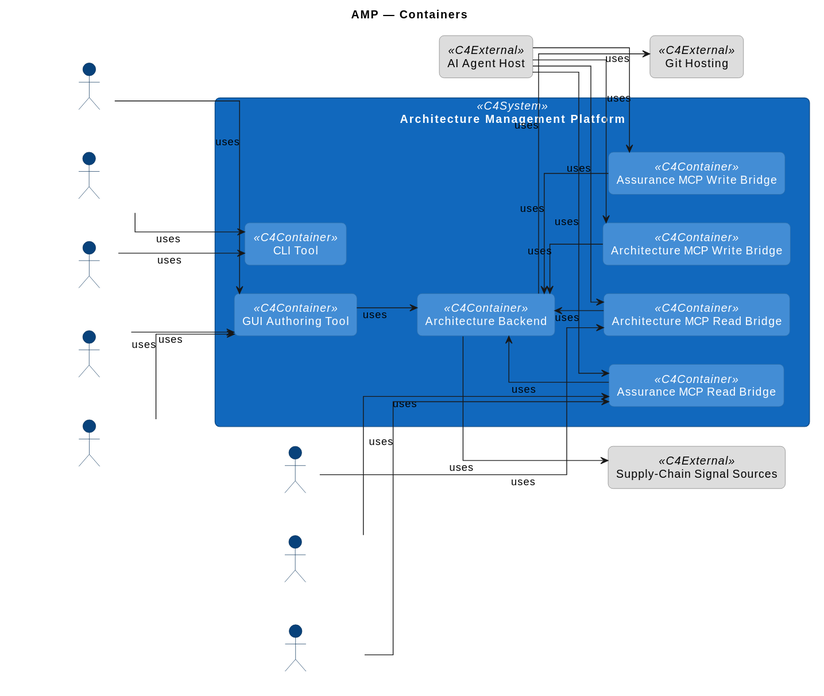
Before: engagements/ENG-ARCH-REPO/architecture-repository/diagram-catalog/rendered/CC@1780829785.Z_fI-N.amp-containers.svg, a diagram exported from PlantUML (mbauer83/assisted-architecture-management).
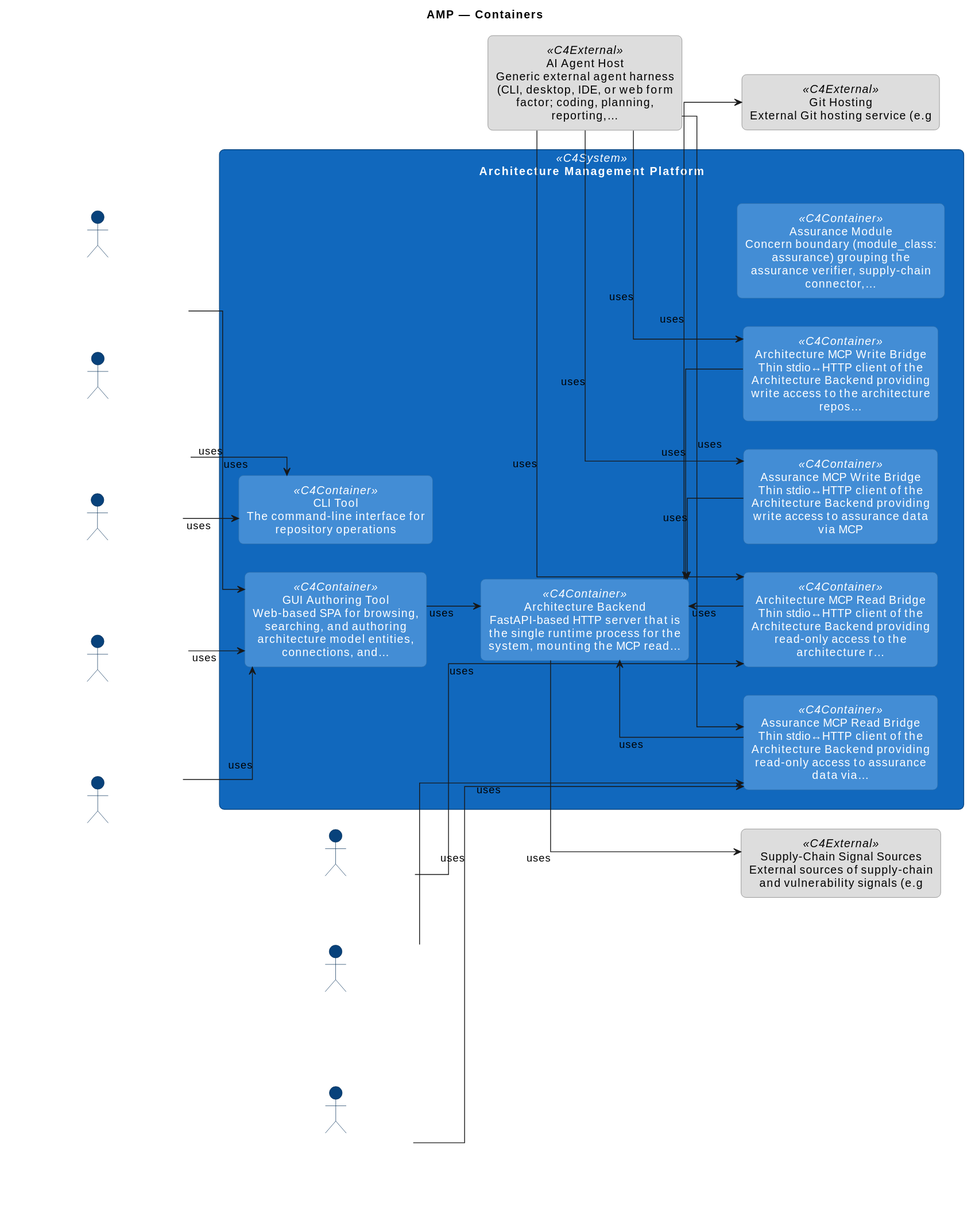
The same diagram one commit later.

Commit message:
feat(self-model): make the assurance module a C4 container so L3 drills down to L2

Change to the diagram source:
```diff
@@ -38,33 +38,35 @@
 title AMP — Containers
 
 rectangle "Architecture Management Platform" <<C4System>> as APP_hkrdtm {
-  rectangle "CLI Tool" <<C4Container>> as APP_kjC6ex
-  rectangle "GUI Authoring Tool" <<C4Container>> as APP_lmO0mp
-  rectangle "Architecture Backend" <<C4Container>> as APP_OYEmP1
-  rectangle "Architecture MCP Read Bridge" <<C4Container>> as APP_Ne0utf
-  rectangle "Architecture MCP Write Bridge" <<C4Container>> as APP_etTj9M
-  rectangle "Assurance MCP Read Bridge" <<C4Container>> as APP_iu_kKL
-  rectangle "Assurance MCP Write Bridge" <<C4Container>> as APP_js9xHR
+  rectangle "CLI Tool\nThe command-line interface for repository operations" <<C4Container>> as APP_kjC6ex
+  rectangle "GUI Authoring Tool\nWeb-based SPA for browsing, searching, and authoring architecture model entities, connections, and…" <<C4Container>> as APP_lmO0mp
+  rectangle "Architecture Backend\nFastAPI-based HTTP server that is the single runtime process for the system, mounting the MCP read…" <<C4Container>> as APP_OYEmP1
+  rectangle "Architecture MCP Read Bridge\nThin stdio↔HTTP client of the Architecture Backend providing read-only access to the architecture r…" <<C4Container>> as APP_Ne0utf
+  rectangle "Architecture MCP Write Bridge\nThin stdio↔HTTP client of the Architecture Backend providing write access to the architecture repos…" <<C4Container>> as APP_etTj9M
+  rectangle "Assurance MCP Read Bridge\nThin stdio↔HTTP client of the Architecture Backend providing read-only access to assurance data via…" <<C4Container>> as APP_iu_kKL
+  rectangle "Assurance MCP Write Bridge\nThin stdio↔HTTP client of the Architecture Backend providing write access to assurance data via MCP" <<C4Container>> as APP_js9xHR
+  rectangle "Assurance Module\nConcern boundary (module_class: assurance) grouping the assurance verifier, supply-chain connector,…" <<C4Container>> as GRP_rW_2nX
   APP_kjC6ex -[hidden]right- APP_lmO0mp
   APP_lmO0mp -[hidden]right- APP_OYEmP1
   APP_OYEmP1 -[hidden]right- APP_Ne0utf
   APP_Ne0utf -[hidden]right- APP_etTj9M
   APP_etTj9M -[hidden]right- APP_iu_kKL
   APP_iu_kKL -[hidden]right- APP_js9xHR
+  APP_js9xHR -[hidden]right- GRP_rW_2nX
 
 }
 
-actor "Architect" as ACT_Nn7Oo7
-actor "DevOps Engineer" as ACT_OLWiNc
-actor "Developer" as ACT_Pp8Qq8
-actor "Product Owner" as ACT_Rr9Ss9
-actor "Upper Technical Management" as ACT_Ut1Vv1
-rectangle "AI Agent Host" <<C4External>> as APP_v6AXNw
-rectangle "Git Hosting" <<C4External>> as APP_Je9pmw
-rectangle "Supply-Chain Signal Sources" <<C4External>> as APP_JqIBPJ
-actor "AI Agent" as ROL_udXPfB
-actor "Risk & Compliance Officer" as ROL_abNYhO
-actor "Safety / Security Analyst" as ROL_yswDMB
+actor "Architect\nA concrete actor (human or AI agent) who performs the Author and Reviewer roles for architectural m…" as ACT_Nn7Oo7
+actor "DevOps Engineer\nA concrete actor (human) who consumes and contributes to the technology domain of the architectural…" as ACT_OLWiNc
+actor "Developer\nA concrete actor (human or AI coding agent) who primarily consumes the architecture repository for…" as ACT_Pp8Qq8
+actor "Product Owner\nA concrete actor (human) who uses the architecture repository for product planning and requirements…" as ACT_Rr9Ss9
+actor "Upper Technical Management\nA concrete actor group (CTOs, VPs of Engineering, principal engineers) who use the architecture rep…" as ACT_Ut1Vv1
+rectangle "AI Agent Host\nGeneric external agent harness (CLI, desktop, IDE, or web form factor; coding, planning, reporting,…" <<C4External>> as APP_v6AXNw
+rectangle "Git Hosting\nExternal Git hosting service (e.g" <<C4External>> as APP_Je9pmw
+rectangle "Supply-Chain Signal Sources\nExternal sources of supply-chain and vulnerability signals (e.g" <<C4External>> as APP_JqIBPJ
+actor "AI Agent\nThe role performed by an AI language model (e.g" as ROL_udXPfB
+actor "Risk & Compliance Officer\nRole that manages GRC assessments, regulatory obligation mappings, and compliance evidence within t…" as ROL_abNYhO
+actor "Safety / Security Analyst\nRole that performs hazard analysis, STPA, CAST investigations, and security analysis within the ass…" as ROL_yswDMB
 
 ACT_Nn7Oo7 -[hidden]right- ACT_OLWiNc
 ACT_OLWiNc -[hidden]right- ACT_Pp8Qq8
```
